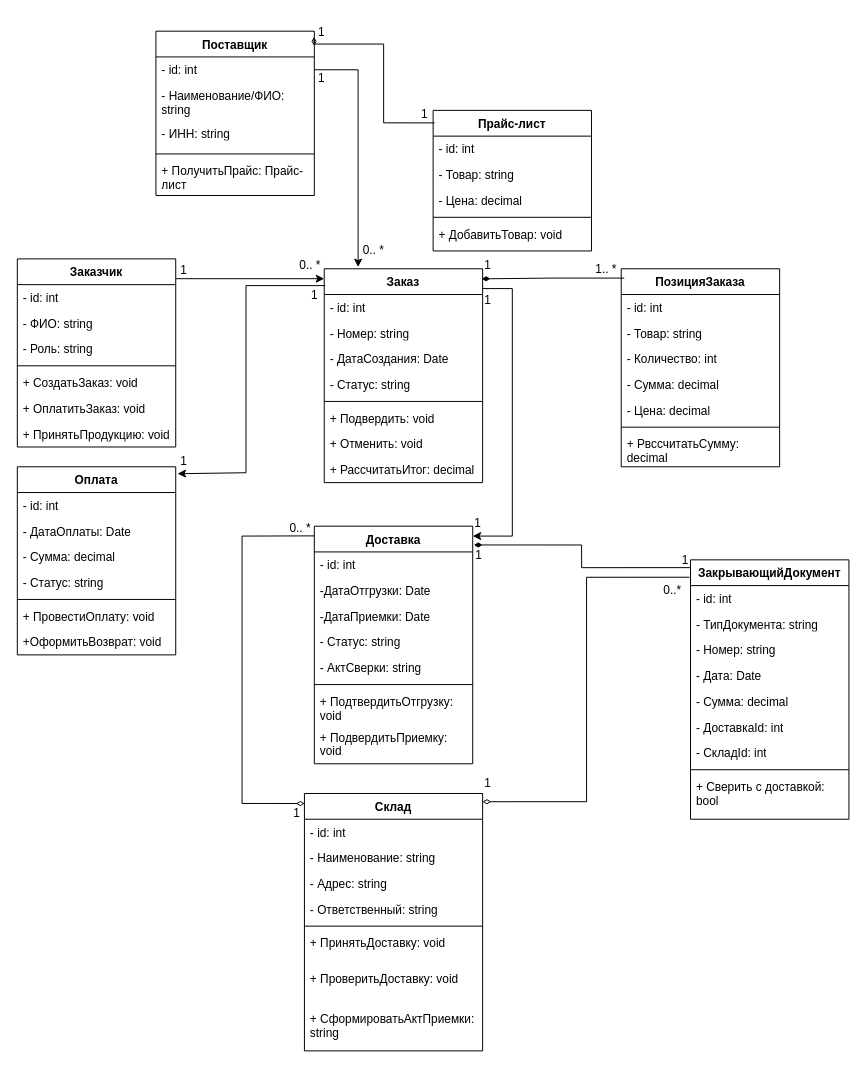
The draw.io diagram классов.drawio in Dasha-Angel/course-paper, before the edit. Source tidied: cells renumbered, new cells numbered last; positions are measured from the earlier drawing's top-left corner, leaving out a move shared by most shapes. Both pictures are drawn from the tidied source at 99%, with x=0, y=0 at pixel (17, 17).
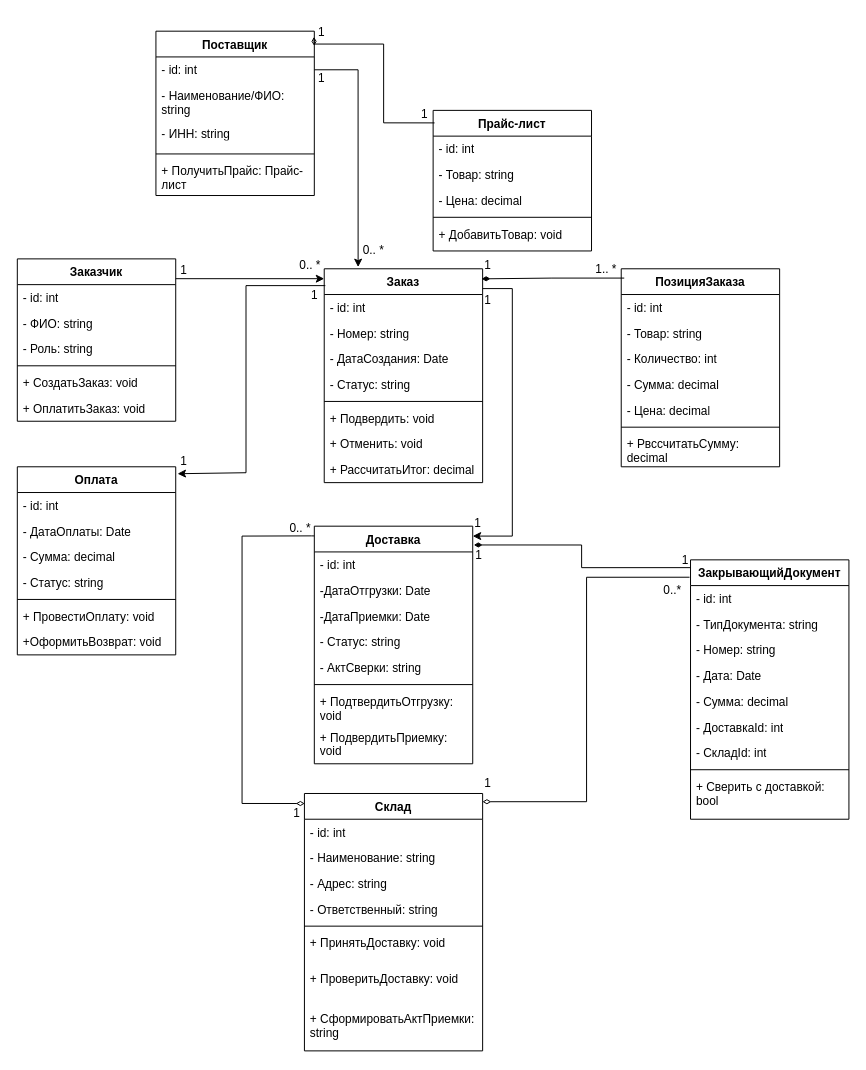
The same page after the edit.

What changed in the source:
```diff
@@
     <mxCell id="11" value="Заказчик" style="swimlane;fontStyle=1;align=center;verticalAlign=top;horizontal=1;startSize=26;whiteSpace=wrap;html=1;" parent="1" vertex="1">
-      <mxGeometry y="244" width="160" height="190" as="geometry" />
+      <mxGeometry y="244" width="160" height="164" as="geometry" />
     </mxCell>
@@
-    <mxCell id="18" value="+ ПринятьПродукцию: void" style="text;strokeColor=none;fillColor=none;align=left;verticalAlign=top;spacingLeft=4;spacingRight=4;overflow=hidden;whiteSpace=wrap;html=1;" parent="11" vertex="1">
-      <mxGeometry y="164" width="160" height="26" as="geometry" />
-    </mxCell>
```
